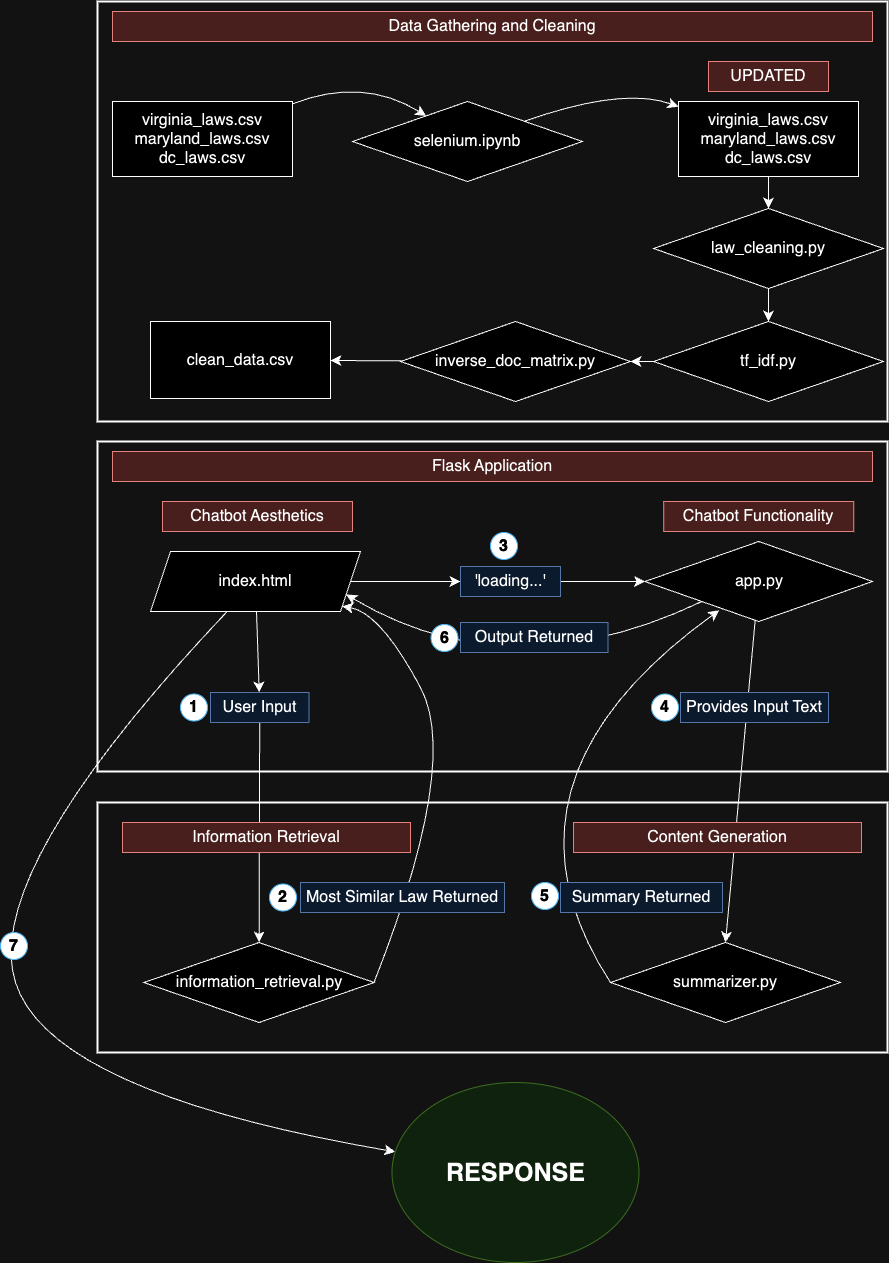
Before: images/dsan5400.drawio.png, a diagram exported from draw.io (sonalidabhi99/5400-final-project). Source tidied: cells renumbered, new cells last; positions are measured from the earlier drawing's top-left corner, leaving out a move shared by most shapes.
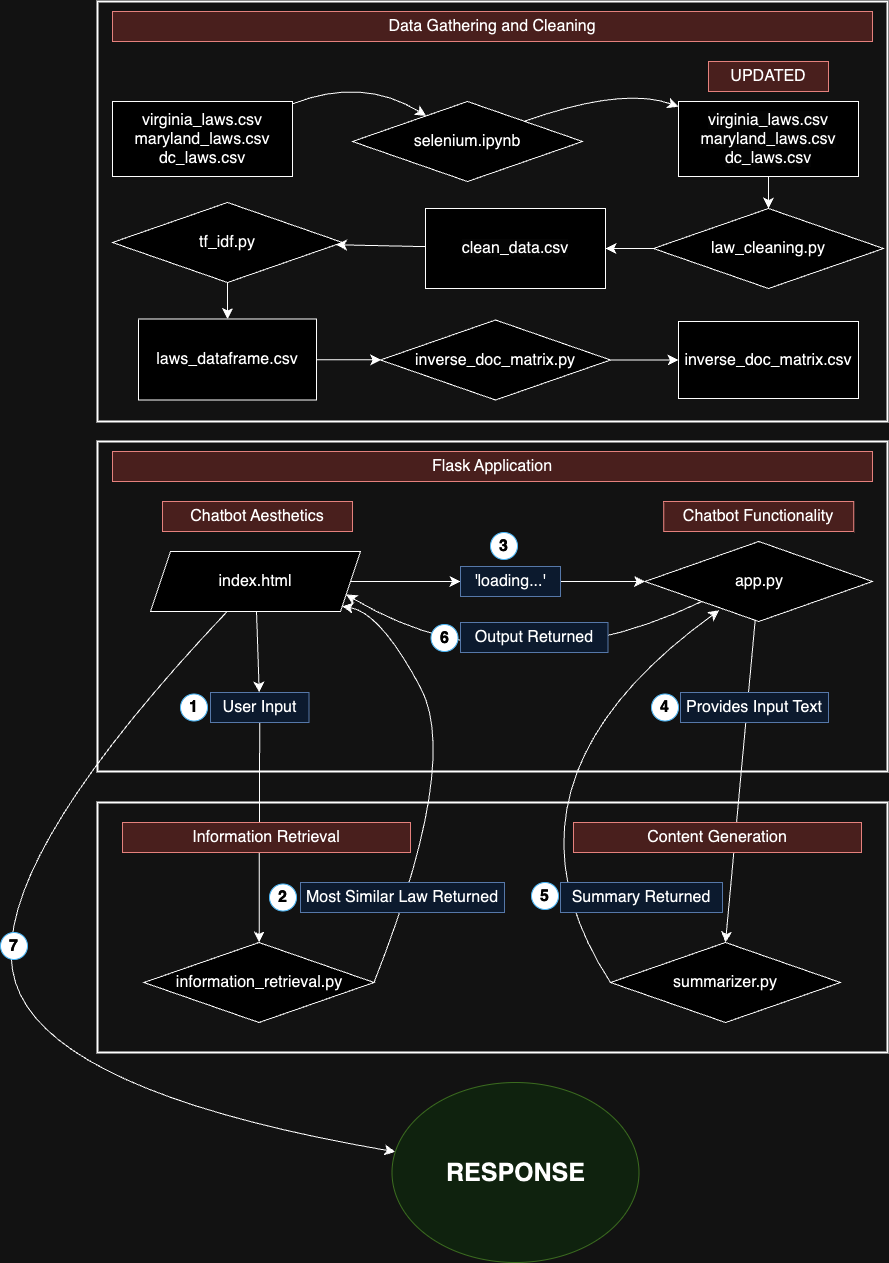
After the commit.

Diff of the diagram source:
```diff
@@ -40,26 +40,32 @@
     <mxCell id="11" value="UPDATED" style="text;html=1;align=center;verticalAlign=middle;whiteSpace=wrap;rounded=0;fontSize=16;fillColor=#f8cecc;strokeColor=#b85450;" parent="1" vertex="1">
       <mxGeometry x="728" y="60" width="120" height="30" as="geometry" />
     </mxCell>
-    <mxCell id="12" style="edgeStyle=none;curved=1;rounded=0;jettySize=auto;html=1;fontSize=12;startSize=8;endSize=8;" parent="1" edge="1" source="13" target="15">
+    <mxCell id="12" style="edgeStyle=none;curved=1;rounded=0;jettySize=auto;html=1;fontSize=12;startSize=8;endSize=8;" parent="1" edge="1" source="58" target="15">
       <mxGeometry relative="1" as="geometry" />
     </mxCell>
+    <mxCell id="55" style="edgeStyle=none;curved=1;rounded=0;jettySize=auto;html=1;fontSize=12;startSize=8;endSize=8;" parent="1" edge="1" source="13" target="58">
+      <mxGeometry relative="1" as="geometry" />
+    </mxCell>
     <mxCell id="13" value="law_cleaning.py" style="rhombus;whiteSpace=wrap;html=1;fontSize=16;" parent="1" vertex="1">
       <mxGeometry x="673" y="207" width="230" height="80" as="geometry" />
     </mxCell>
-    <mxCell id="14" style="edgeStyle=none;curved=1;rounded=0;jettySize=auto;html=1;fontSize=12;startSize=8;endSize=8;" parent="1" edge="1" source="15" target="17">
+    <mxCell id="14" style="edgeStyle=none;curved=1;rounded=0;jettySize=auto;html=1;fontSize=12;startSize=8;endSize=8;" parent="1" edge="1" source="60" target="17">
       <mxGeometry relative="1" as="geometry" />
     </mxCell>
+    <mxCell id="56" style="edgeStyle=none;curved=1;rounded=0;jettySize=auto;html=1;fontSize=12;startSize=8;endSize=8;" parent="1" edge="1" source="15" target="60">
+      <mxGeometry relative="1" as="geometry" />
+    </mxCell>
     <mxCell id="15" value="tf_idf.py" style="rhombus;whiteSpace=wrap;html=1;fontSize=16;" parent="1" vertex="1">
-      <mxGeometry x="673" y="320" width="230" height="80" as="geometry" />
+      <mxGeometry x="132" y="201" width="230" height="80" as="geometry" />
     </mxCell>
     <mxCell id="16" style="edgeStyle=none;curved=1;rounded=0;jettySize=auto;html=1;fontSize=12;startSize=8;endSize=8;" parent="1" edge="1" source="17" target="18">
       <mxGeometry relative="1" as="geometry" />
     </mxCell>
     <mxCell id="17" value="inverse_doc_matrix.py" style="rhombus;whiteSpace=wrap;html=1;fontSize=16;" parent="1" vertex="1">
-      <mxGeometry x="420" y="320" width="230" height="80" as="geometry" />
+      <mxGeometry x="400" y="318.5" width="230" height="80" as="geometry" />
     </mxCell>
-    <mxCell id="18" value="clean_data.csv" style="whiteSpace=wrap;html=1;fontSize=16;" parent="1" vertex="1">
-      <mxGeometry x="170" y="320" width="180" height="77" as="geometry" />
+    <mxCell id="18" value="inverse_doc_matrix.csv" style="whiteSpace=wrap;html=1;fontSize=16;" parent="1" vertex="1">
+      <mxGeometry x="698" y="320" width="180" height="77" as="geometry" />
     </mxCell>
     <mxCell id="19" value="Data Gathering and Cleaning" style="text;html=1;align=center;verticalAlign=middle;whiteSpace=wrap;rounded=0;fontSize=16;fillColor=#f8cecc;strokeColor=#b85450;" parent="1" vertex="1">
       <mxGeometry x="132" y="10" width="760" height="30" as="geometry" />
@@ -187,5 +193,17 @@
     <mxCell id="54" value="&lt;b&gt;7&lt;/b&gt;" style="ellipse;whiteSpace=wrap;html=1;fontSize=16;fillColor=#000000;fontColor=#ffffff;strokeColor=#006EAF;rotation=0;" parent="1" vertex="1">
       <mxGeometry x="20" y="931" width="27" height="27" as="geometry" />
     </mxCell>
+    <mxCell id="57" style="edgeStyle=none;curved=1;rounded=0;jettySize=auto;html=1;fontSize=12;startSize=8;endSize=8;" parent="1" edge="1" source="13" target="58">
+      <mxGeometry relative="1" as="geometry" />
+    </mxCell>
+    <mxCell id="58" value="&lt;span style=&quot;color: rgb(0, 0, 0); font-family: Helvetica; font-size: 16px; font-style: normal; font-variant-ligatures: normal; font-variant-caps: normal; font-weight: 400; letter-spacing: normal; orphans: 2; text-align: center; text-indent: 0px; text-transform: none; widows: 2; word-spacing: 0px; -webkit-text-stroke-width: 0px; background-color: rgb(251, 251, 251); text-decoration-thickness: initial; text-decoration-style: initial; text-decoration-color: initial; float: none; display: inline !important;&quot;&gt;clean_data.csv&lt;/span&gt;" style="whiteSpace=wrap;html=1;fontSize=16;" parent="1" vertex="1">
+      <mxGeometry x="445" y="207" width="180" height="80" as="geometry" />
+    </mxCell>
+    <mxCell id="59" style="edgeStyle=none;curved=1;rounded=0;jettySize=auto;html=1;fontSize=12;startSize=8;endSize=8;" parent="1" edge="1" source="15" target="60">
+      <mxGeometry relative="1" as="geometry" />
+    </mxCell>
+    <mxCell id="60" value="laws_dataframe.csv" style="whiteSpace=wrap;html=1;fontSize=16;" parent="1" vertex="1">
+      <mxGeometry x="158" y="317.5" width="178" height="81" as="geometry" />
+    </mxCell>
   </root>
 </mxGraphModel>
```
